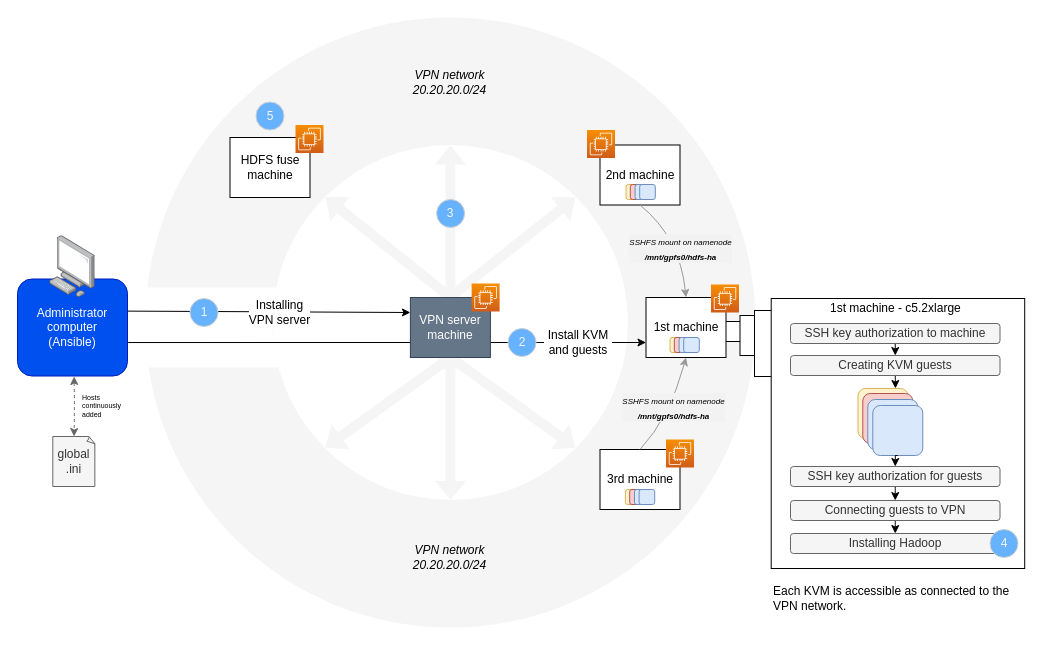
Above: chaining.drawio in flavienbwk/aws-terraform-ansible-kvm-hadoop (draw.io), before the change. Source tidied: cells renumbered, new cells numbered last; positions are measured from the earlier drawing's top-left corner, leaving out a move shared by most shapes. Both pictures are drawn from the tidied source at 100%, with x=0, y=0 at pixel (17, 17).
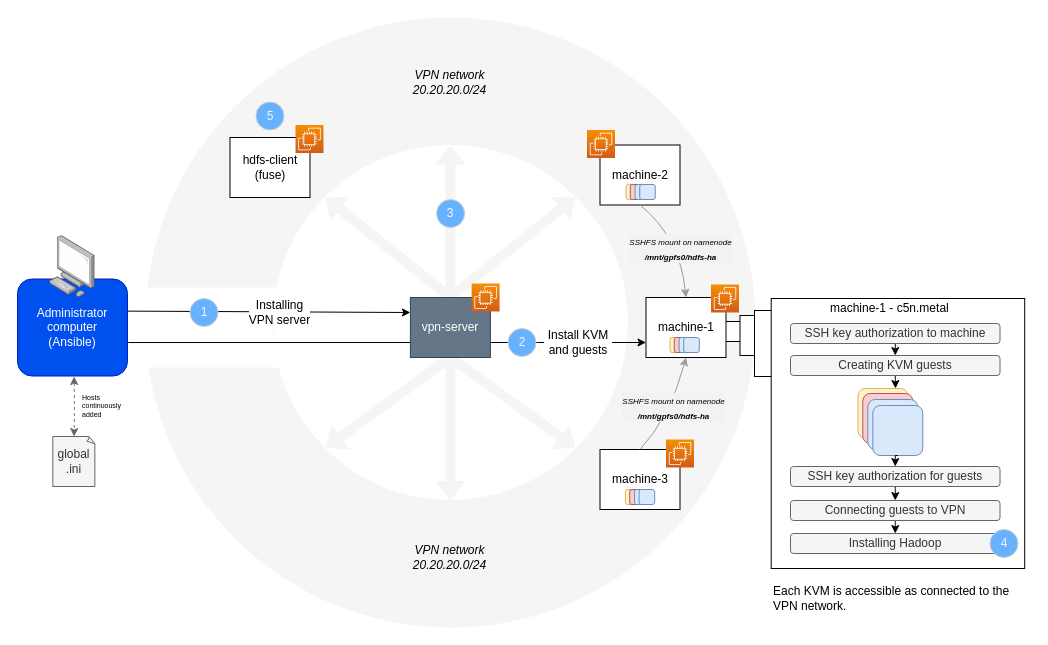
Above is the later version.

Commit message (it also covers changes not shown here):
Improved clarity of steps description

What changed in the source:
```diff
@@
-    <mxCell id="9" value="HDFS fuse machine" style="rounded=0;whiteSpace=wrap;html=1;" parent="1" vertex="1">
+    <mxCell id="9" value="hdfs-client&lt;br&gt;(fuse)" style="rounded=0;whiteSpace=wrap;html=1;" parent="1" vertex="1">
       <mxGeometry x="212.5" y="120" width="80" height="60" as="geometry" />
     </mxCell>
-    <mxCell id="10" value="3rd machine" style="rounded=0;whiteSpace=wrap;html=1;" parent="1" vertex="1">
+    <mxCell id="10" value="machine-3" style="rounded=0;whiteSpace=wrap;html=1;" parent="1" vertex="1">
       <mxGeometry x="582.5" y="432" width="80" height="60" as="geometry" />
     </mxCell>
-    <mxCell id="11" value="2nd machine" style="rounded=0;whiteSpace=wrap;html=1;" parent="1" vertex="1">
+    <mxCell id="11" value="machine-2" style="rounded=0;whiteSpace=wrap;html=1;" parent="1" vertex="1">
       <mxGeometry x="582.5" y="127.5" width="80" height="60" as="geometry" />
     </mxCell>
@@
-    <mxCell id="13" value="1st machine" style="rounded=0;whiteSpace=wrap;html=1;" parent="1" vertex="1">
+    <mxCell id="13" value="machine-1" style="rounded=0;whiteSpace=wrap;html=1;" parent="1" vertex="1">
       <mxGeometry x="628.5" y="280" width="80" height="60" as="geometry" />
     </mxCell>
@@
-    <mxCell id="17" value="1st machine - c5.2xlarge" style="text;html=1;strokeColor=none;fillColor=none;align=left;verticalAlign=middle;whiteSpace=wrap;rounded=0;" parent="1" vertex="1">
+    <mxCell id="17" value="machine-1 - c5n.metal" style="text;html=1;strokeColor=none;fillColor=none;align=left;verticalAlign=middle;whiteSpace=wrap;rounded=0;" parent="1" vertex="1">
       <mxGeometry x="810.5" y="281" width="140" height="20" as="geometry" />
     </mxCell>
@@
-    <mxCell id="75" value="VPN server machine" style="rounded=0;whiteSpace=wrap;html=1;fillColor=#647687;strokeColor=#314354;fontColor=#ffffff;" parent="1" vertex="1">
+    <mxCell id="75" value="vpn-server" style="rounded=0;whiteSpace=wrap;html=1;fillColor=#647687;strokeColor=#314354;fontColor=#ffffff;" parent="1" vertex="1">
       <mxGeometry x="392.9" y="280" width="80" height="60" as="geometry" />
     </mxCell>
```
